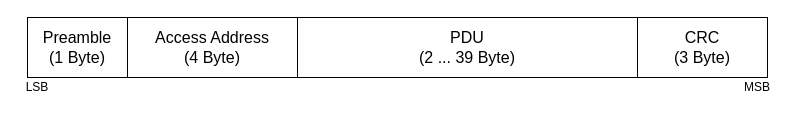
Earlier version of the draw.io diagram doc/bachelor_thesis_german/graphics/source/link_layer_packetformat.drawio (immrn/secure-ble-for-esp32-android). Source tidied: cells renumbered, new cells numbered last; positions are measured from the earlier drawing's top-left corner, leaving out a move shared by most shapes. Both pictures are drawn from the tidied source at 100%, with x=0, y=0 at pixel (17, 17).
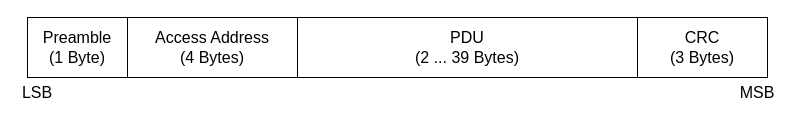
The same page after the edit.

What changed in the source:
```diff
@@
 <mxGraphModel>
   <root>
     <mxCell id="0" />
     <mxCell id="1" parent="0" />
-    <mxCell id="2" value="&lt;font style=&quot;font-size: 16px&quot;&gt;PDU&lt;br&gt;(2 ... 39 Byte)&lt;br&gt;&lt;/font&gt;" style="rounded=0;whiteSpace=wrap;html=1;" parent="1" vertex="1">
+    <mxCell id="2" value="&lt;font style=&quot;font-size: 16px&quot;&gt;PDU&lt;br&gt;(2 ... 39 Bytes)&lt;br&gt;&lt;/font&gt;" style="rounded=0;whiteSpace=wrap;html=1;" parent="1" vertex="1">
       <mxGeometry x="280" width="340" height="60" as="geometry" />
     </mxCell>
-    <mxCell id="3" value="&lt;font style=&quot;font-size: 16px&quot;&gt;Access Address&lt;br&gt;(4 Byte)&lt;/font&gt;" style="rounded=0;whiteSpace=wrap;html=1;" parent="1" vertex="1">
+    <mxCell id="3" value="&lt;font style=&quot;font-size: 16px&quot;&gt;Access Address&lt;br&gt;(4 Bytes)&lt;/font&gt;" style="rounded=0;whiteSpace=wrap;html=1;" parent="1" vertex="1">
       <mxGeometry x="110" width="170" height="60" as="geometry" />
     </mxCell>
     <mxCell id="4" value="&lt;font style=&quot;font-size: 16px&quot;&gt;Preamble&lt;br&gt;(1 Byte)&lt;/font&gt;" style="rounded=0;whiteSpace=wrap;html=1;" parent="1" vertex="1">
       <mxGeometry x="10" width="100" height="60" as="geometry" />
     </mxCell>
-    <mxCell id="5" value="MSB" style="text;html=1;strokeColor=none;fillColor=none;align=center;verticalAlign=middle;whiteSpace=wrap;rounded=0;" parent="1" vertex="1">
-      <mxGeometry x="720" y="60" width="40" height="20" as="geometry" />
+    <mxCell id="5" value="MSB" style="text;html=1;strokeColor=none;fillColor=none;align=center;verticalAlign=middle;whiteSpace=wrap;rounded=0;fontSize=16;" parent="1" vertex="1">
+      <mxGeometry x="720" y="65" width="40" height="20" as="geometry" />
     </mxCell>
-    <mxCell id="6" value="LSB" style="text;html=1;strokeColor=none;fillColor=none;align=center;verticalAlign=middle;whiteSpace=wrap;rounded=0;" parent="1" vertex="1">
-      <mxGeometry y="60" width="40" height="20" as="geometry" />
+    <mxCell id="6" value="LSB" style="text;html=1;strokeColor=none;fillColor=none;align=center;verticalAlign=middle;whiteSpace=wrap;rounded=0;fontSize=16;" parent="1" vertex="1">
+      <mxGeometry y="65" width="40" height="20" as="geometry" />
     </mxCell>
-    <mxCell id="7" value="&lt;font style=&quot;font-size: 16px&quot;&gt;CRC&lt;br&gt;(3 Byte)&lt;br&gt;&lt;/font&gt;" style="rounded=0;whiteSpace=wrap;html=1;" parent="1" vertex="1">
+    <mxCell id="7" value="&lt;font style=&quot;font-size: 16px&quot;&gt;CRC&lt;br&gt;(3 Bytes)&lt;br&gt;&lt;/font&gt;" style="rounded=0;whiteSpace=wrap;html=1;" parent="1" vertex="1">
       <mxGeometry x="620" width="130" height="60" as="geometry" />
     </mxCell>
   </root>
 </mxGraphModel>
```
